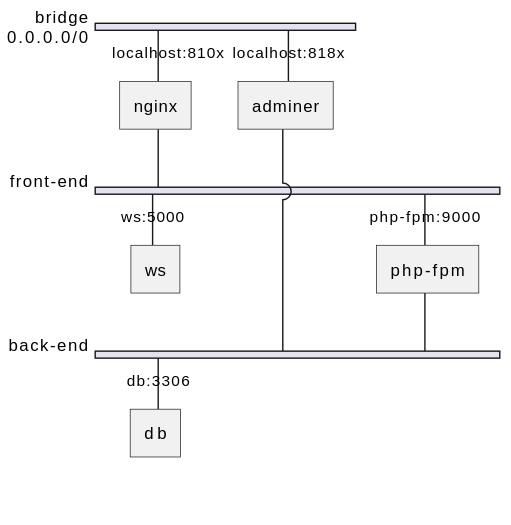
This is chat/diagrams/network.svg from paperlefthand/multi-hole-cheese, a PlantUML export, as it was before one commit.
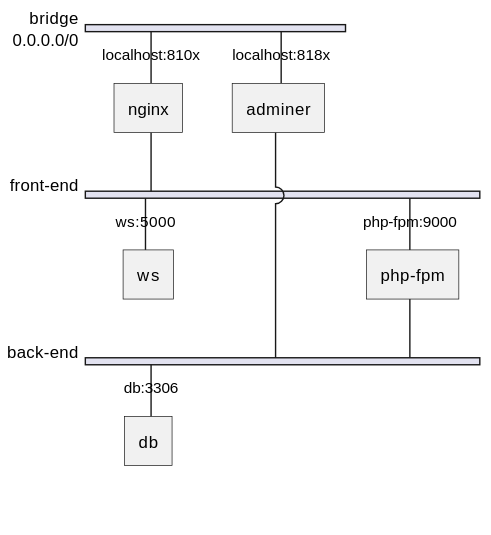
Above is the later version.

Commit message:
docs: 攻撃シナリオ図を PlantUML で作り直し、README の個人環境パスを一般化

Change to the diagram source:
```diff
@@ -1,10 +1,10 @@
-@startuml network
+@startuml
 
 nwdiag {
     network bridge {
         address = "0.0.0.0/0";
-        nginx [address = "localhost:80"];
-        adminer [address = "localhost:8080"];
+        nginx [address = "localhost:810x"];
+        adminer [address = "localhost:818x"];
     }
     network front-end {
         address = "";
@@ -19,5 +19,4 @@
         db [address = "db:3306"];
     }
 }
-
 @enduml
```
